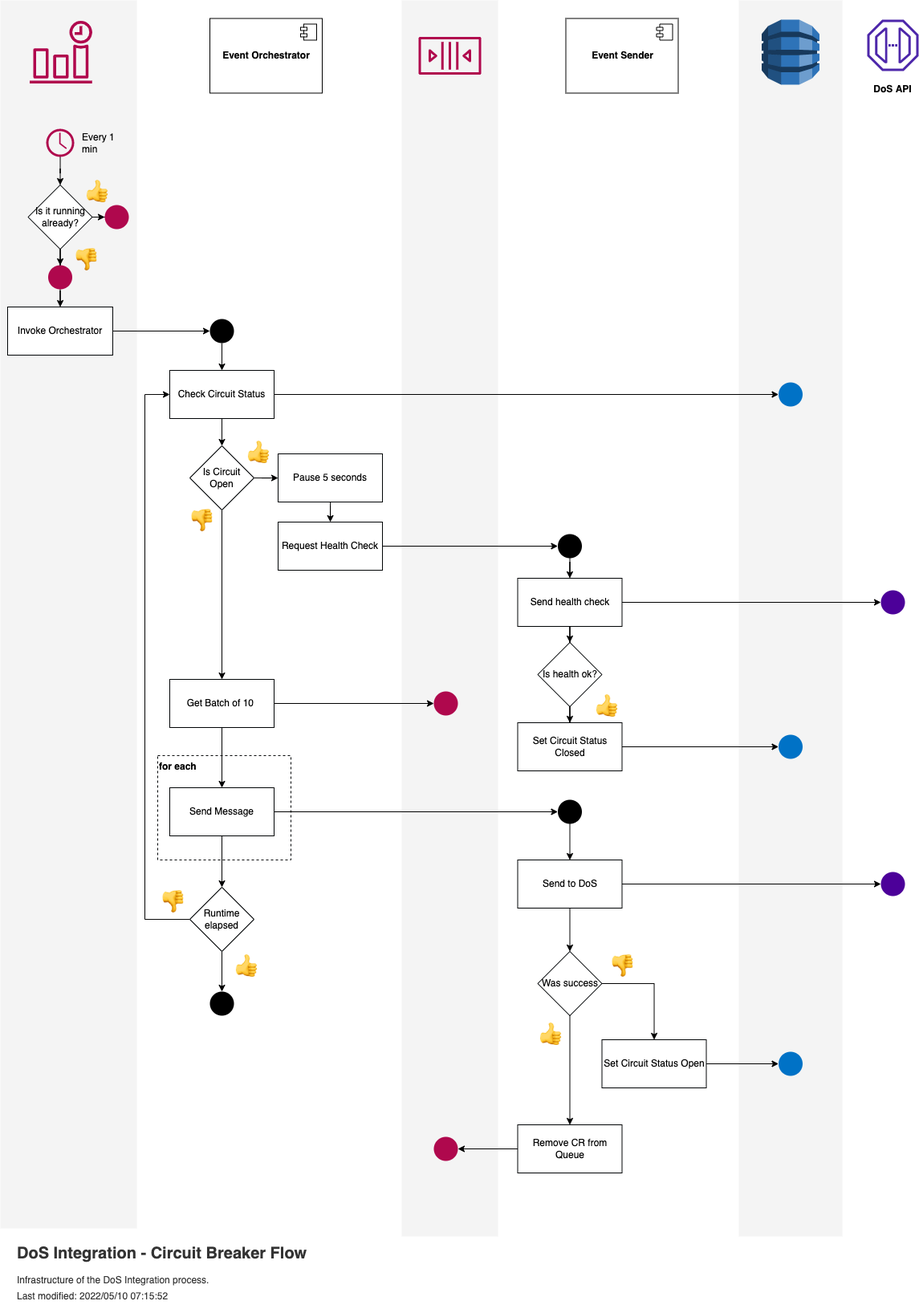
This is documentation/diagrams/DoS Integration-Circuit Breaker.drawio.png from nhsd-exeter/dos-integration, a draw.io export, as it was before one commit. Source tidied: cells renumbered, new cells last; positions are measured from the earlier drawing's top-left corner, leaving out a move shared by most shapes.
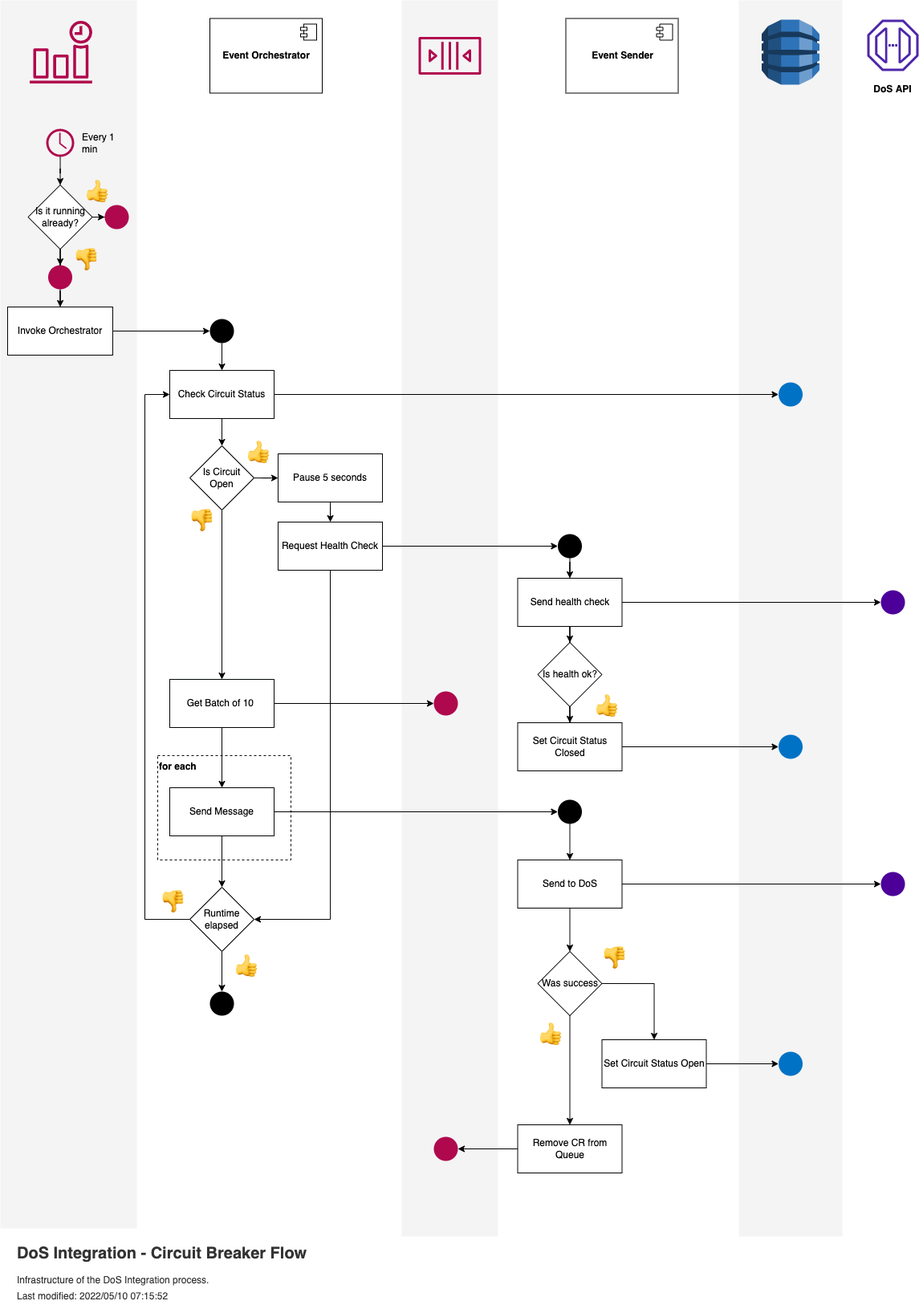
Later version of the same file.

Change to the diagram source:
```diff
@@ -72,6 +72,13 @@
     <mxCell id="23" style="edgeStyle=orthogonalEdgeStyle;rounded=0;jettySize=auto;html=1;entryX=0;entryY=0.5;entryDx=0;entryDy=0;endArrow=classic;endFill=1;fillColor=#C7C7C7;" parent="1" edge="1" source="24" target="39">
       <mxGeometry relative="1" as="geometry" />
     </mxCell>
+    <mxCell id="87" style="edgeStyle=orthogonalEdgeStyle;rounded=0;jettySize=auto;html=1;entryX=1;entryY=0.5;entryDx=0;entryDy=0;startArrow=none;startFill=0;endArrow=classic;endFill=1;fillColor=#C7C7C7;exitX=0.5;exitY=1;exitDx=0;exitDy=0;" parent="1" edge="1" source="24" target="69">
+      <mxGeometry relative="1" as="geometry">
+        <Array as="points">
+          <mxPoint x="411" y="1145" />
+        </Array>
+      </mxGeometry>
+    </mxCell>
     <mxCell id="24" value="Request Health Check" style="rounded=0;whiteSpace=wrap;html=1;strokeColor=#000305;strokeWidth=1;fillColor=default;" parent="1" vertex="1">
       <mxGeometry x="346" y="650" width="130" height="60" as="geometry" />
     </mxCell>
@@ -264,7 +271,7 @@
       <mxGeometry x="669.5" y="1265" width="50" height="40" as="geometry" />
     </mxCell>
     <mxCell id="86" value="&lt;meta charset=&quot;utf-8&quot;&gt;&lt;h1 style=&quot;margin: 0px 0px 10px; padding: 0px; border: 0px; outline: 0px; font-size: 28px; vertical-align: baseline; background: 0px 0px; color: rgb(0, 0, 0); font-family: &amp;quot;helvetica neue&amp;quot;, Helvetica, Arial, sans-serif; font-style: normal; font-variant-ligatures: normal; font-variant-caps: normal; letter-spacing: normal; orphans: 2; text-align: start; text-indent: 0px; text-transform: none; widows: 2; word-spacing: 0px; -webkit-text-stroke-width: 0px; text-decoration-thickness: initial; text-decoration-style: initial; text-decoration-color: initial;&quot;&gt;&lt;span style=&quot;margin: 0px; padding: 0px; border: 0px; outline: 0px; font-size: 28px; vertical-align: baseline; background: 0px 0px; font-weight: 400; font-family: &amp;quot;apple color emoji&amp;quot;, &amp;quot;segoe ui emoji&amp;quot;, &amp;quot;noto color emoji&amp;quot;, &amp;quot;android emoji&amp;quot;, emojisymbols, &amp;quot;emojione mozilla&amp;quot;, &amp;quot;twemoji mozilla&amp;quot;, &amp;quot;segoe ui symbol&amp;quot;;&quot; class=&quot;emoji&quot;&gt;👎&lt;/span&gt;&lt;/h1&gt;" style="text;whiteSpace=wrap;html=1;" parent="1" vertex="1">
-      <mxGeometry x="760" y="1180" width="50" height="40" as="geometry" />
+      <mxGeometry x="749.5" y="1170" width="50" height="40" as="geometry" />
     </mxCell>
   </root>
 </mxGraphModel>
```
